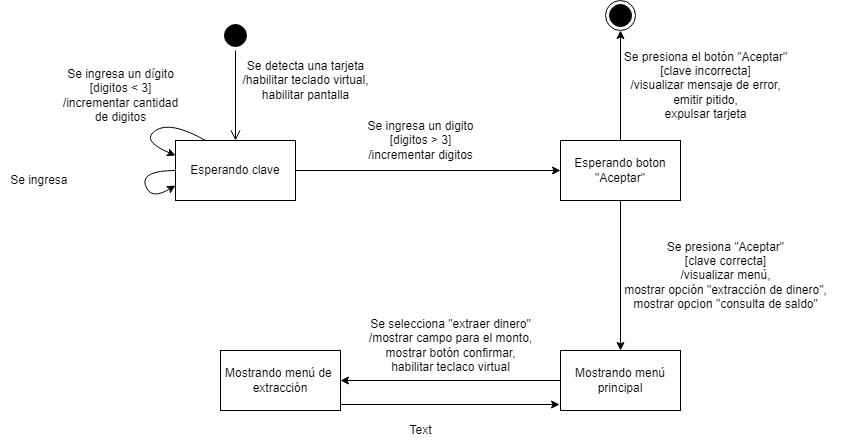
Earlier version of the draw.io export Practica 4/ejercicio9.png (JuCenBer/IS1-Ingenieria_de_Software1). Source tidied: cells renumbered, new cells last; positions are measured from the earlier drawing's top-left corner, leaving out a move shared by most shapes.
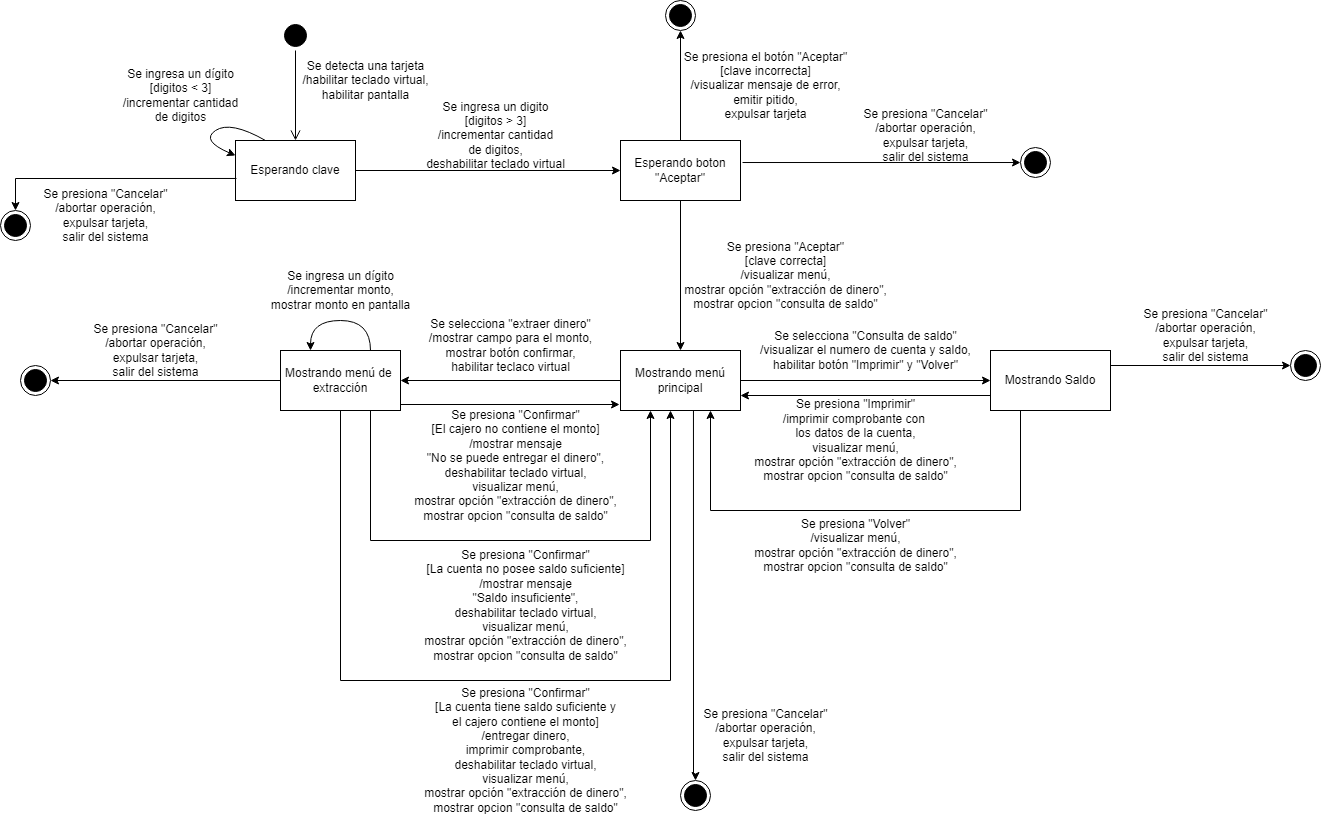
After the change.

Diff of the diagram source:
```diff
@@ -37,8 +37,8 @@
     <mxCell id="11" value="Esperando boton &quot;Aceptar&quot;" style="whiteSpace=wrap;html=1;strokeColor=#000000;" parent="1" vertex="1">
       <mxGeometry x="560" y="140" width="120" height="60" as="geometry" />
     </mxCell>
-    <mxCell id="12" value="Se ingresa un digito&lt;br&gt;[digitos &amp;gt; 3]&lt;br&gt;/incrementar digitos" style="text;html=1;align=center;verticalAlign=middle;strokeColor=none;fillColor=none;" parent="1" vertex="1">
-      <mxGeometry x="355" y="110" width="130" height="60" as="geometry" />
+    <mxCell id="12" value="Se ingresa un digito&lt;br&gt;[digitos &amp;gt; 3]&lt;br&gt;/incrementar cantidad&lt;br&gt;de digitos,&lt;br&gt;deshabilitar teclado virtual" style="text;html=1;align=center;verticalAlign=middle;strokeColor=none;fillColor=none;" parent="1" vertex="1">
+      <mxGeometry x="355" y="90" width="160" height="90" as="geometry" />
     </mxCell>
     <mxCell id="13" style="ellipse;html=1;shape=endState;fillColor=#000000;strokeColor=#000000;" parent="1" vertex="1">
       <mxGeometry x="605" width="30" height="30" as="geometry" />
@@ -49,6 +49,9 @@
     <mxCell id="15" style="edgeStyle=orthogonalEdgeStyle;rounded=0;jettySize=auto;html=1;strokeColor=#000000;" parent="1" edge="1" source="16" target="19">
       <mxGeometry relative="1" as="geometry" />
     </mxCell>
+    <mxCell id="24" style="edgeStyle=orthogonalEdgeStyle;rounded=0;jettySize=auto;html=1;strokeColor=#000000;" parent="1" edge="1" source="16" target="34">
+      <mxGeometry relative="1" as="geometry" />
+    </mxCell>
     <mxCell id="16" value="Mostrando menú principal" style="whiteSpace=wrap;html=1;strokeColor=#000000;" parent="1" vertex="1">
       <mxGeometry x="560" y="350" width="120" height="60" as="geometry" />
     </mxCell>
@@ -62,25 +65,123 @@
         </Array>
       </mxGeometry>
     </mxCell>
+    <mxCell id="25" style="edgeStyle=orthogonalEdgeStyle;rounded=0;jettySize=auto;html=1;exitX=0.75;exitY=1;exitDx=0;exitDy=0;strokeColor=#000000;" parent="1" edge="1" source="19">
+      <mxGeometry relative="1" as="geometry">
+        <mxPoint x="590" y="410" as="targetPoint" />
+        <Array as="points">
+          <mxPoint x="310" y="540" />
+          <mxPoint x="590" y="540" />
+          <mxPoint x="590" y="410" />
+        </Array>
+      </mxGeometry>
+    </mxCell>
+    <mxCell id="26" style="edgeStyle=orthogonalEdgeStyle;rounded=0;jettySize=auto;html=1;exitX=0.5;exitY=1;exitDx=0;exitDy=0;strokeColor=#000000;" parent="1" edge="1" source="19">
+      <mxGeometry relative="1" as="geometry">
+        <mxPoint x="610" y="410" as="targetPoint" />
+        <Array as="points">
+          <mxPoint x="280" y="680" />
+          <mxPoint x="610" y="680" />
+          <mxPoint x="610" y="410" />
+        </Array>
+      </mxGeometry>
+    </mxCell>
     <mxCell id="19" value="Mostrando menú de&amp;nbsp;&lt;br&gt;extracción" style="whiteSpace=wrap;html=1;strokeColor=#000000;" parent="1" vertex="1">
       <mxGeometry x="220" y="350" width="120" height="60" as="geometry" />
     </mxCell>
     <mxCell id="20" value="Se selecciona &quot;extraer dinero&quot;&lt;br&gt;/mostrar campo para el monto,&lt;br&gt;mostrar botón confirmar,&lt;br&gt;habilitar teclaco virtual" style="text;html=1;align=center;verticalAlign=middle;strokeColor=none;fillColor=none;" parent="1" vertex="1">
       <mxGeometry x="355" y="310" width="190" height="70" as="geometry" />
     </mxCell>
-    <mxCell id="21" value="Text" style="text;html=1;align=center;verticalAlign=middle;strokeColor=none;fillColor=none;" parent="1" vertex="1">
-      <mxGeometry x="400" y="420" width="40" height="20" as="geometry" />
+    <mxCell id="21" value="Se presiona &quot;Confirmar&quot;&lt;br&gt;[El cajero no contiene el monto]&lt;br&gt;/mostrar mensaje&lt;br&gt;&quot;No se puede entregar el dinero&quot;,&lt;br&gt;deshabilitar teclado virtual,&lt;br&gt;visualizar menú,&lt;br&gt;mostrar opción &quot;extracción de dinero&quot;,&lt;br&gt;mostrar opcion &quot;consulta de saldo&quot;" style="text;html=1;align=center;verticalAlign=middle;strokeColor=none;fillColor=none;" parent="1" vertex="1">
+      <mxGeometry x="340" y="400" width="230" height="130" as="geometry" />
     </mxCell>
-    <mxCell id="22" style="curved=1;endArrow=classic;html=1;rounded=0;strokeColor=#000000;exitX=0;exitY=0.5;exitDx=0;exitDy=0;entryX=0;entryY=0.75;entryDx=0;entryDy=0;" parent="1" edge="1" source="6" target="6">
-      <mxGeometry relative="1" as="geometry">
-        <Array as="points">
-          <mxPoint x="140" y="170" />
-          <mxPoint x="150" y="200" />
-        </Array>
-      </mxGeometry>
-    </mxCell>
-    <mxCell id="23" value="Se ingresa&amp;nbsp;" style="text;html=1;align=center;verticalAlign=middle;strokeColor=none;fillColor=none;" parent="1" vertex="1">
-      <mxGeometry y="165" width="80" height="30" as="geometry" />
-    </mxCell>
+    <mxCell id="27" style="curved=1;endArrow=classic;html=1;rounded=0;strokeColor=#000000;exitX=0.75;exitY=0;exitDx=0;exitDy=0;entryX=0.25;entryY=0;entryDx=0;entryDy=0;" parent="1" edge="1" source="19" target="19">
+      <mxGeometry relative="1" as="geometry">
+        <Array as="points">
+          <mxPoint x="310" y="320" />
+          <mxPoint x="250" y="320" />
+        </Array>
+      </mxGeometry>
+    </mxCell>
+    <mxCell id="28" value="Se ingresa un dígito&lt;br&gt;/incrementar monto,&lt;br&gt;mostrar monto en pantalla" style="text;html=1;align=center;verticalAlign=middle;strokeColor=none;fillColor=none;" parent="1" vertex="1">
+      <mxGeometry x="200" y="260" width="160" height="60" as="geometry" />
+    </mxCell>
+    <mxCell id="29" value="Se presiona &quot;Confirmar&quot;&lt;br&gt;[La cuenta no posee saldo suficiente]&lt;br&gt;/mostrar mensaje&lt;br&gt;&quot;Saldo insuficiente&quot;,&lt;br&gt;deshabilitar teclado virtual,&lt;br&gt;visualizar menú,&lt;br&gt;mostrar opción &quot;extracción de dinero&quot;,&lt;br&gt;mostrar opcion &quot;consulta de saldo&quot;" style="text;html=1;align=center;verticalAlign=middle;strokeColor=none;fillColor=none;" parent="1" vertex="1">
+      <mxGeometry x="350" y="540" width="230" height="130" as="geometry" />
+    </mxCell>
+    <mxCell id="30" value="Se presiona &quot;Confirmar&quot;&lt;br&gt;[La cuenta tiene saldo suficiente y &lt;br&gt;el cajero contiene el monto]&lt;br&gt;/entregar dinero,&lt;br&gt;imprimir comprobante,&lt;br&gt;deshabilitar teclado virtual,&lt;br&gt;visualizar menú,&lt;br&gt;mostrar opción &quot;extracción de dinero&quot;,&lt;br&gt;mostrar opcion &quot;consulta de saldo&quot;" style="text;html=1;align=center;verticalAlign=middle;strokeColor=none;fillColor=none;" parent="1" vertex="1">
+      <mxGeometry x="350" y="680" width="230" height="140" as="geometry" />
+    </mxCell>
+    <mxCell id="31" style="edgeStyle=orthogonalEdgeStyle;rounded=0;jettySize=auto;html=1;exitX=0;exitY=0.75;exitDx=0;exitDy=0;entryX=1;entryY=0.75;entryDx=0;entryDy=0;strokeColor=#000000;" parent="1" edge="1" source="34" target="16">
+      <mxGeometry relative="1" as="geometry" />
+    </mxCell>
+    <mxCell id="32" style="edgeStyle=orthogonalEdgeStyle;rounded=0;jettySize=auto;html=1;exitX=0.25;exitY=1;exitDx=0;exitDy=0;entryX=0.75;entryY=1;entryDx=0;entryDy=0;strokeColor=#000000;" parent="1" edge="1" source="34" target="16">
+      <mxGeometry relative="1" as="geometry">
+        <Array as="points">
+          <mxPoint x="960" y="510" />
+          <mxPoint x="650" y="510" />
+        </Array>
+      </mxGeometry>
+    </mxCell>
+    <mxCell id="33" style="edgeStyle=orthogonalEdgeStyle;rounded=0;jettySize=auto;html=1;exitX=1;exitY=0.25;exitDx=0;exitDy=0;strokeColor=#000000;" parent="1" edge="1" source="34" target="38">
+      <mxGeometry relative="1" as="geometry" />
+    </mxCell>
+    <mxCell id="34" value="Mostrando Saldo" style="whiteSpace=wrap;html=1;strokeColor=#000000;" parent="1" vertex="1">
+      <mxGeometry x="930" y="350" width="120" height="60" as="geometry" />
+    </mxCell>
+    <mxCell id="35" value="Se selecciona &quot;Consulta de saldo&quot;&lt;br&gt;/visualizar el numero de cuenta y saldo,&lt;br&gt;habilitar botón &quot;Imprimir&quot; y &quot;Volver&quot;" style="text;html=1;align=center;verticalAlign=middle;strokeColor=none;fillColor=none;" parent="1" vertex="1">
+      <mxGeometry x="690" y="320" width="230" height="60" as="geometry" />
+    </mxCell>
+    <mxCell id="36" value="Se presiona &quot;Imprimir&quot;&lt;br&gt;/imprimir comprobante con&amp;nbsp;&lt;br&gt;los datos de la cuenta,&lt;br&gt;visualizar menú,&lt;br&gt;mostrar opción &quot;extracción de dinero&quot;,&lt;br&gt;mostrar opcion &quot;consulta de saldo&quot;" style="text;html=1;align=center;verticalAlign=middle;strokeColor=none;fillColor=none;" parent="1" vertex="1">
+      <mxGeometry x="680" y="390" width="230" height="100" as="geometry" />
+    </mxCell>
+    <mxCell id="37" value="Se presiona &quot;Volver&quot;&lt;br&gt;/visualizar menú,&lt;br&gt;mostrar opción &quot;extracción de dinero&quot;,&lt;br&gt;mostrar opcion &quot;consulta de saldo&quot;" style="text;html=1;align=center;verticalAlign=middle;strokeColor=none;fillColor=none;" parent="1" vertex="1">
+      <mxGeometry x="680" y="510" width="230" height="70" as="geometry" />
+    </mxCell>
+    <mxCell id="38" style="ellipse;html=1;shape=endState;fillColor=#000000;strokeColor=#000000;" parent="1" vertex="1">
+      <mxGeometry x="1230" y="350" width="30" height="30" as="geometry" />
+    </mxCell>
+    <mxCell id="39" value="Se presiona &quot;Cancelar&quot;&lt;br&gt;/abortar operación,&lt;br&gt;expulsar tarjeta,&lt;br&gt;salir del sistema" style="text;html=1;align=center;verticalAlign=middle;strokeColor=none;fillColor=none;" parent="1" vertex="1">
+      <mxGeometry x="1070" y="300" width="150" height="70" as="geometry" />
+    </mxCell>
+    <mxCell id="40" style="edgeStyle=orthogonalEdgeStyle;rounded=0;jettySize=auto;html=1;exitX=0.608;exitY=1;exitDx=0;exitDy=0;strokeColor=#000000;exitPerimeter=0;" parent="1" edge="1" source="16" target="41">
+      <mxGeometry relative="1" as="geometry">
+        <Array as="points">
+          <mxPoint x="633" y="775" />
+        </Array>
+      </mxGeometry>
+    </mxCell>
+    <mxCell id="41" style="ellipse;html=1;shape=endState;fillColor=#000000;strokeColor=#000000;" parent="1" vertex="1">
+      <mxGeometry x="620" y="780" width="30" height="30" as="geometry" />
+    </mxCell>
+    <mxCell id="42" value="Se presiona &quot;Cancelar&quot;&lt;br&gt;/abortar operación,&lt;br&gt;expulsar tarjeta,&lt;br&gt;salir del sistema" style="text;html=1;align=center;verticalAlign=middle;strokeColor=none;fillColor=none;" parent="1" vertex="1">
+      <mxGeometry x="630" y="700" width="150" height="70" as="geometry" />
+    </mxCell>
+    <mxCell id="43" style="edgeStyle=orthogonalEdgeStyle;rounded=0;jettySize=auto;html=1;exitX=0;exitY=0.5;exitDx=0;exitDy=0;strokeColor=#000000;" parent="1" edge="1" source="19" target="44">
+      <mxGeometry relative="1" as="geometry" />
+    </mxCell>
+    <mxCell id="44" style="ellipse;html=1;shape=endState;fillColor=#000000;strokeColor=#000000;" parent="1" vertex="1">
+      <mxGeometry x="-40" y="365" width="30" height="30" as="geometry" />
+    </mxCell>
+    <mxCell id="45" value="Se presiona &quot;Cancelar&quot;&lt;br&gt;/abortar operación,&lt;br&gt;expulsar tarjeta,&lt;br&gt;salir del sistema" style="text;html=1;align=center;verticalAlign=middle;strokeColor=none;fillColor=none;" parent="1" vertex="1">
+      <mxGeometry x="20" y="315" width="150" height="70" as="geometry" />
+    </mxCell>
+    <mxCell id="46" style="edgeStyle=orthogonalEdgeStyle;rounded=0;jettySize=auto;html=1;exitX=0.008;exitY=0.633;exitDx=0;exitDy=0;strokeColor=#000000;exitPerimeter=0;" parent="1" edge="1" source="6" target="47">
+      <mxGeometry relative="1" as="geometry" />
+    </mxCell>
+    <mxCell id="47" style="ellipse;html=1;shape=endState;fillColor=#000000;strokeColor=#000000;" parent="1" vertex="1">
+      <mxGeometry x="-60" y="210" width="30" height="30" as="geometry" />
+    </mxCell>
+    <mxCell id="48" value="Se presiona &quot;Cancelar&quot;&lt;br&gt;/abortar operación,&lt;br&gt;expulsar tarjeta,&lt;br&gt;salir del sistema" style="text;html=1;align=center;verticalAlign=middle;strokeColor=none;fillColor=none;" parent="1" vertex="1">
+      <mxGeometry x="-30" y="180" width="150" height="70" as="geometry" />
+    </mxCell>
+    <mxCell id="49" style="edgeStyle=orthogonalEdgeStyle;rounded=0;jettySize=auto;html=1;exitX=1.017;exitY=0.367;exitDx=0;exitDy=0;strokeColor=#000000;exitPerimeter=0;" parent="1" edge="1" source="11" target="50">
+      <mxGeometry relative="1" as="geometry" />
+    </mxCell>
+    <mxCell id="50" style="ellipse;html=1;shape=endState;fillColor=#000000;strokeColor=#000000;" parent="1" vertex="1">
+      <mxGeometry x="960" y="147" width="30" height="30" as="geometry" />
+    </mxCell>
+    <mxCell id="51" value="Se presiona &quot;Cancelar&quot;&lt;br&gt;/abortar operación,&lt;br&gt;expulsar tarjeta,&lt;br&gt;salir del sistema" style="text;html=1;align=center;verticalAlign=middle;strokeColor=none;fillColor=none;" parent="1" vertex="1">
+      <mxGeometry x="790" y="100" width="150" height="70" as="geometry" />
+    </mxCell>
   </root>
 </mxGraphModel>
```
